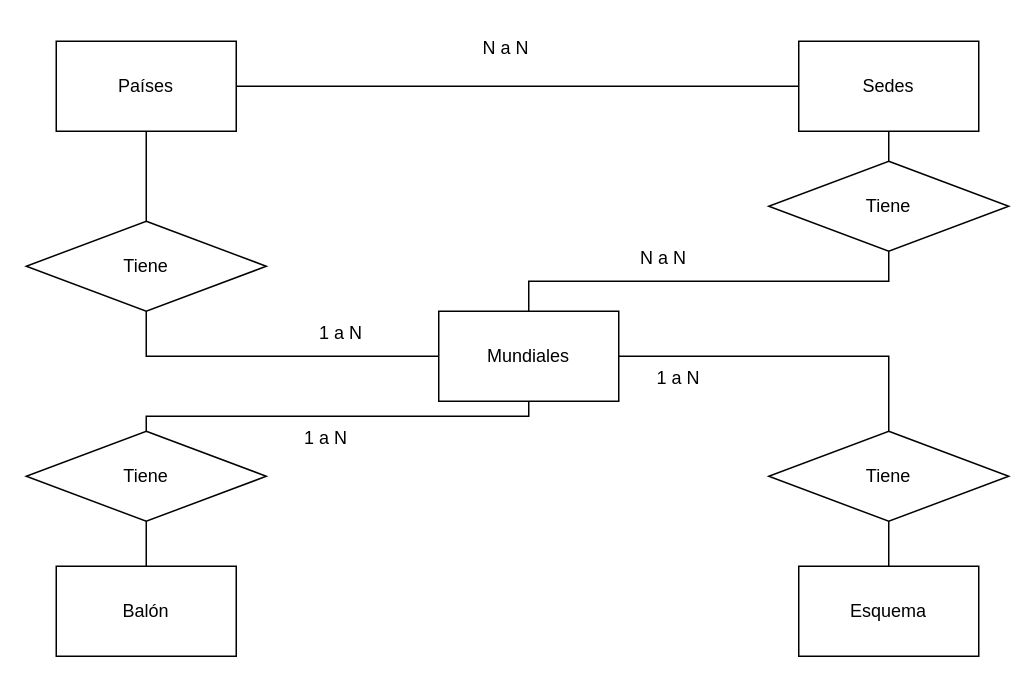
The draw.io diagram Mundiales.drawio in luis6a/mundial, before the edit. Source tidied: cells renumbered, new cells numbered last; positions are measured from the earlier drawing's top-left corner, leaving out a move shared by most shapes. Both pictures are drawn from the tidied source at 150%, with x=0, y=0 at pixel (26, 26).
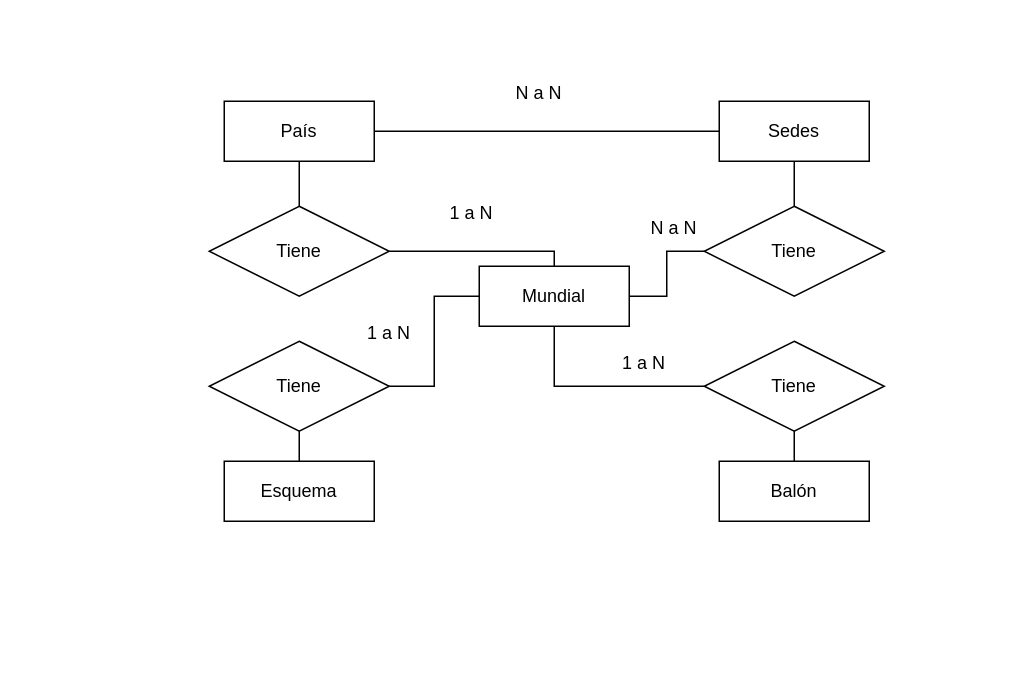
The same page after the edit.

The edit, as a diff of the source:
```diff
@@
-    <mxCell id="2" value="Mundiales" style="rounded=0;whiteSpace=wrap;html=1;" parent="1" vertex="1">
-      <mxGeometry x="275" y="190" width="120" height="60" as="geometry" />
-    </mxCell>
-    <mxCell id="3" value="Países" style="rounded=0;whiteSpace=wrap;html=1;" parent="1" vertex="1">
-      <mxGeometry x="20" y="10" width="120" height="60" as="geometry" />
-    </mxCell>
+    <mxCell id="25" value="Mundial" style="whiteSpace=wrap;html=1;align=center;" parent="1" vertex="1">
+      <mxGeometry x="302" y="160" width="100" height="40" as="geometry" />
+    </mxCell>
+    <mxCell id="26" value="País" style="whiteSpace=wrap;html=1;align=center;" parent="1" vertex="1">
+      <mxGeometry x="132" y="50" width="100" height="40" as="geometry" />
+    </mxCell>
-    <mxCell id="4" value="Balón" style="rounded=0;whiteSpace=wrap;html=1;" parent="1" vertex="1">
-      <mxGeometry x="20" y="360" width="120" height="60" as="geometry" />
+    <mxCell id="4" value="Balón" style="whiteSpace=wrap;html=1;align=center;" parent="1" vertex="1">
+      <mxGeometry x="462" y="290" width="100" height="40" as="geometry" />
     </mxCell>
+    <mxCell id="6" value="Esquema" style="whiteSpace=wrap;html=1;align=center;" parent="1" vertex="1">
+      <mxGeometry x="132" y="290" width="100" height="40" as="geometry" />
+    </mxCell>
-    <mxCell id="5" value="Sedes" style="rounded=0;whiteSpace=wrap;html=1;" parent="1" vertex="1">
-      <mxGeometry x="515" y="10" width="120" height="60" as="geometry" />
+    <mxCell id="5" value="Sedes" style="whiteSpace=wrap;html=1;align=center;" parent="1" vertex="1">
+      <mxGeometry x="462" y="50" width="100" height="40" as="geometry" />
     </mxCell>
-    <mxCell id="6" value="Esquema" style="rounded=0;whiteSpace=wrap;html=1;" parent="1" vertex="1">
-      <mxGeometry x="515" y="360" width="120" height="60" as="geometry" />
-    </mxCell>
-    <mxCell id="7" value="Tiene" style="rhombus;whiteSpace=wrap;html=1;" parent="1" vertex="1">
-      <mxGeometry y="130" width="160" height="60" as="geometry" />
-    </mxCell>
-    <mxCell id="8" style="endArrow=none;html=1;rounded=0;entryX=0.5;entryY=1;entryDx=0;entryDy=0;exitX=0.5;exitY=0;exitDx=0;exitDy=0;" parent="1" edge="1" source="7" target="3">
-      <mxGeometry relative="1" as="geometry" />
-    </mxCell>
-    <mxCell id="9" value="1 a N" style="text;html=1;strokeColor=none;fillColor=none;align=center;verticalAlign=middle;whiteSpace=wrap;rounded=0;" parent="1" vertex="1">
-      <mxGeometry x="180" y="190" width="60" height="30" as="geometry" />
-    </mxCell>
-    <mxCell id="10" value="Tiene" style="rhombus;whiteSpace=wrap;html=1;" parent="1" vertex="1">
-      <mxGeometry y="270" width="160" height="60" as="geometry" />
-    </mxCell>
-    <mxCell id="11" value="1 a N" style="text;html=1;strokeColor=none;fillColor=none;align=center;verticalAlign=middle;whiteSpace=wrap;rounded=0;" parent="1" vertex="1">
-      <mxGeometry x="170" y="260" width="60" height="30" as="geometry" />
-    </mxCell>
-    <mxCell id="12" value="Tiene" style="rhombus;whiteSpace=wrap;html=1;" parent="1" vertex="1">
-      <mxGeometry x="495" y="90" width="160" height="60" as="geometry" />
-    </mxCell>
-    <mxCell id="13" value="N a N" style="text;html=1;strokeColor=none;fillColor=none;align=center;verticalAlign=middle;whiteSpace=wrap;rounded=0;" parent="1" vertex="1">
-      <mxGeometry x="395" y="140" width="60" height="30" as="geometry" />
-    </mxCell>
-    <mxCell id="14" value="Tiene" style="rhombus;whiteSpace=wrap;html=1;" parent="1" vertex="1">
-      <mxGeometry x="495" y="270" width="160" height="60" as="geometry" />
-    </mxCell>
-    <mxCell id="15" value="1 a N" style="text;html=1;strokeColor=none;fillColor=none;align=center;verticalAlign=middle;whiteSpace=wrap;rounded=0;" parent="1" vertex="1">
-      <mxGeometry x="405" y="220" width="60" height="30" as="geometry" />
-    </mxCell>
-    <mxCell id="16" style="endArrow=none;html=1;rounded=0;edgeStyle=orthogonalEdgeStyle;exitX=0.5;exitY=1;exitDx=0;exitDy=0;entryX=0;entryY=0.5;entryDx=0;entryDy=0;" parent="1" edge="1" source="7" target="2">
-      <mxGeometry relative="1" as="geometry" />
-    </mxCell>
-    <mxCell id="17" style="endArrow=none;html=1;rounded=0;edgeStyle=orthogonalEdgeStyle;entryX=0.5;entryY=1;entryDx=0;entryDy=0;exitX=0.5;exitY=0;exitDx=0;exitDy=0;" parent="1" edge="1" source="4" target="10">
-      <mxGeometry relative="1" as="geometry" />
-    </mxCell>
-    <mxCell id="18" style="endArrow=none;html=1;rounded=0;edgeStyle=orthogonalEdgeStyle;exitX=0.5;exitY=0;exitDx=0;exitDy=0;entryX=0.5;entryY=1;entryDx=0;entryDy=0;" parent="1" edge="1" source="10" target="2">
-      <mxGeometry relative="1" as="geometry" />
-    </mxCell>
-    <mxCell id="19" style="endArrow=none;html=1;rounded=0;edgeStyle=orthogonalEdgeStyle;entryX=0.5;entryY=0;entryDx=0;entryDy=0;exitX=0.5;exitY=1;exitDx=0;exitDy=0;" parent="1" edge="1" source="12" target="2">
-      <mxGeometry relative="1" as="geometry" />
-    </mxCell>
-    <mxCell id="20" style="endArrow=none;html=1;rounded=0;edgeStyle=orthogonalEdgeStyle;entryX=0.5;entryY=1;entryDx=0;entryDy=0;exitX=0.5;exitY=0;exitDx=0;exitDy=0;" parent="1" edge="1" source="12" target="5">
-      <mxGeometry relative="1" as="geometry" />
-    </mxCell>
-    <mxCell id="21" style="endArrow=none;html=1;rounded=0;edgeStyle=orthogonalEdgeStyle;entryX=0.5;entryY=0;entryDx=0;entryDy=0;exitX=0.5;exitY=1;exitDx=0;exitDy=0;" parent="1" edge="1" source="14" target="6">
-      <mxGeometry relative="1" as="geometry" />
-    </mxCell>
-    <mxCell id="22" style="endArrow=none;html=1;rounded=0;edgeStyle=orthogonalEdgeStyle;entryX=0.5;entryY=0;entryDx=0;entryDy=0;exitX=1;exitY=0.5;exitDx=0;exitDy=0;" parent="1" edge="1" source="2" target="14">
-      <mxGeometry relative="1" as="geometry" />
-    </mxCell>
-    <mxCell id="23" style="endArrow=none;html=1;rounded=0;exitX=1;exitY=0.5;exitDx=0;exitDy=0;entryX=0;entryY=0.5;entryDx=0;entryDy=0;" parent="1" edge="1" source="3" target="5">
-      <mxGeometry relative="1" as="geometry" />
-    </mxCell>
-    <mxCell id="24" value="N a N" style="text;html=1;strokeColor=none;fillColor=none;align=center;verticalAlign=middle;whiteSpace=wrap;rounded=0;" parent="1" vertex="1">
-      <mxGeometry x="290" width="60" height="30" as="geometry" />
-    </mxCell>
+    <mxCell id="27" value="Tiene" style="shape=rhombus;perimeter=rhombusPerimeter;whiteSpace=wrap;html=1;align=center;" parent="1" vertex="1">
+      <mxGeometry x="122" y="120" width="120" height="60" as="geometry" />
+    </mxCell>
+    <mxCell id="28" value="Tiene" style="shape=rhombus;perimeter=rhombusPerimeter;whiteSpace=wrap;html=1;align=center;" parent="1" vertex="1">
+      <mxGeometry x="122" y="210" width="120" height="60" as="geometry" />
+    </mxCell>
+    <mxCell id="29" value="Tiene" style="shape=rhombus;perimeter=rhombusPerimeter;whiteSpace=wrap;html=1;align=center;" parent="1" vertex="1">
+      <mxGeometry x="452" y="120" width="120" height="60" as="geometry" />
+    </mxCell>
+    <mxCell id="30" value="Tiene" style="shape=rhombus;perimeter=rhombusPerimeter;whiteSpace=wrap;html=1;align=center;" parent="1" vertex="1">
+      <mxGeometry x="452" y="210" width="120" height="60" as="geometry" />
+    </mxCell>
+    <mxCell id="31" style="endArrow=none;html=1;rounded=0;exitX=0.5;exitY=1;exitDx=0;exitDy=0;entryX=0.5;entryY=0;entryDx=0;entryDy=0;" parent="1" edge="1" source="26" target="27">
+      <mxGeometry relative="1" as="geometry" />
+    </mxCell>
+    <mxCell id="32" style="endArrow=none;html=1;rounded=0;exitX=0.5;exitY=1;exitDx=0;exitDy=0;entryX=0.5;entryY=0;entryDx=0;entryDy=0;" parent="1" edge="1" source="28" target="6">
+      <mxGeometry relative="1" as="geometry" />
+    </mxCell>
+    <mxCell id="33" style="endArrow=none;html=1;rounded=0;exitX=0.5;exitY=1;exitDx=0;exitDy=0;entryX=0.5;entryY=0;entryDx=0;entryDy=0;" parent="1" edge="1" source="30" target="4">
+      <mxGeometry relative="1" as="geometry" />
+    </mxCell>
+    <mxCell id="34" style="endArrow=none;html=1;rounded=0;entryX=0.5;entryY=1;entryDx=0;entryDy=0;exitX=0.5;exitY=0;exitDx=0;exitDy=0;" parent="1" edge="1" source="29" target="5">
+      <mxGeometry relative="1" as="geometry" />
+    </mxCell>
+    <mxCell id="35" style="endArrow=none;html=1;rounded=0;exitX=1;exitY=0.5;exitDx=0;exitDy=0;entryX=0.5;entryY=0;entryDx=0;entryDy=0;edgeStyle=orthogonalEdgeStyle;" parent="1" edge="1" source="27" target="25">
+      <mxGeometry relative="1" as="geometry" />
+    </mxCell>
+    <mxCell id="36" style="endArrow=none;html=1;rounded=0;exitX=1;exitY=0.5;exitDx=0;exitDy=0;entryX=0;entryY=0.5;entryDx=0;entryDy=0;edgeStyle=orthogonalEdgeStyle;" parent="1" edge="1" source="28" target="25">
+      <mxGeometry relative="1" as="geometry" />
+    </mxCell>
+    <mxCell id="37" style="endArrow=none;html=1;rounded=0;exitX=0.5;exitY=1;exitDx=0;exitDy=0;entryX=0;entryY=0.5;entryDx=0;entryDy=0;edgeStyle=orthogonalEdgeStyle;" parent="1" edge="1" source="25" target="30">
+      <mxGeometry relative="1" as="geometry" />
+    </mxCell>
+    <mxCell id="38" style="endArrow=none;html=1;rounded=0;entryX=0;entryY=0.5;entryDx=0;entryDy=0;exitX=1;exitY=0.5;exitDx=0;exitDy=0;edgeStyle=orthogonalEdgeStyle;" parent="1" edge="1" source="25" target="29">
+      <mxGeometry relative="1" as="geometry" />
+    </mxCell>
+    <mxCell id="39" style="endArrow=none;html=1;rounded=0;exitX=1;exitY=0.5;exitDx=0;exitDy=0;entryX=0;entryY=0.5;entryDx=0;entryDy=0;" parent="1" edge="1" source="26" target="5">
+      <mxGeometry relative="1" as="geometry" />
+    </mxCell>
+    <mxCell id="40" value="N a N" style="text;html=1;strokeColor=none;fillColor=none;align=center;verticalAlign=middle;whiteSpace=wrap;rounded=0;" parent="1" vertex="1">
+      <mxGeometry x="312" y="30" width="60" height="30" as="geometry" />
+    </mxCell>
+    <mxCell id="41" value="1 a N" style="text;html=1;strokeColor=none;fillColor=none;align=center;verticalAlign=middle;whiteSpace=wrap;rounded=0;" parent="1" vertex="1">
+      <mxGeometry x="212" y="190" width="60" height="30" as="geometry" />
+    </mxCell>
+    <mxCell id="42" value="1 a N" style="text;html=1;strokeColor=none;fillColor=none;align=center;verticalAlign=middle;whiteSpace=wrap;rounded=0;" parent="1" vertex="1">
+      <mxGeometry x="267" y="110" width="60" height="30" as="geometry" />
+    </mxCell>
+    <mxCell id="43" value="1 a N" style="text;html=1;strokeColor=none;fillColor=none;align=center;verticalAlign=middle;whiteSpace=wrap;rounded=0;" parent="1" vertex="1">
+      <mxGeometry x="382" y="210" width="60" height="30" as="geometry" />
+    </mxCell>
+    <mxCell id="44" value="N a N" style="text;html=1;strokeColor=none;fillColor=none;align=center;verticalAlign=middle;whiteSpace=wrap;rounded=0;" parent="1" vertex="1">
+      <mxGeometry x="402" y="120" width="60" height="30" as="geometry" />
+    </mxCell>
```
